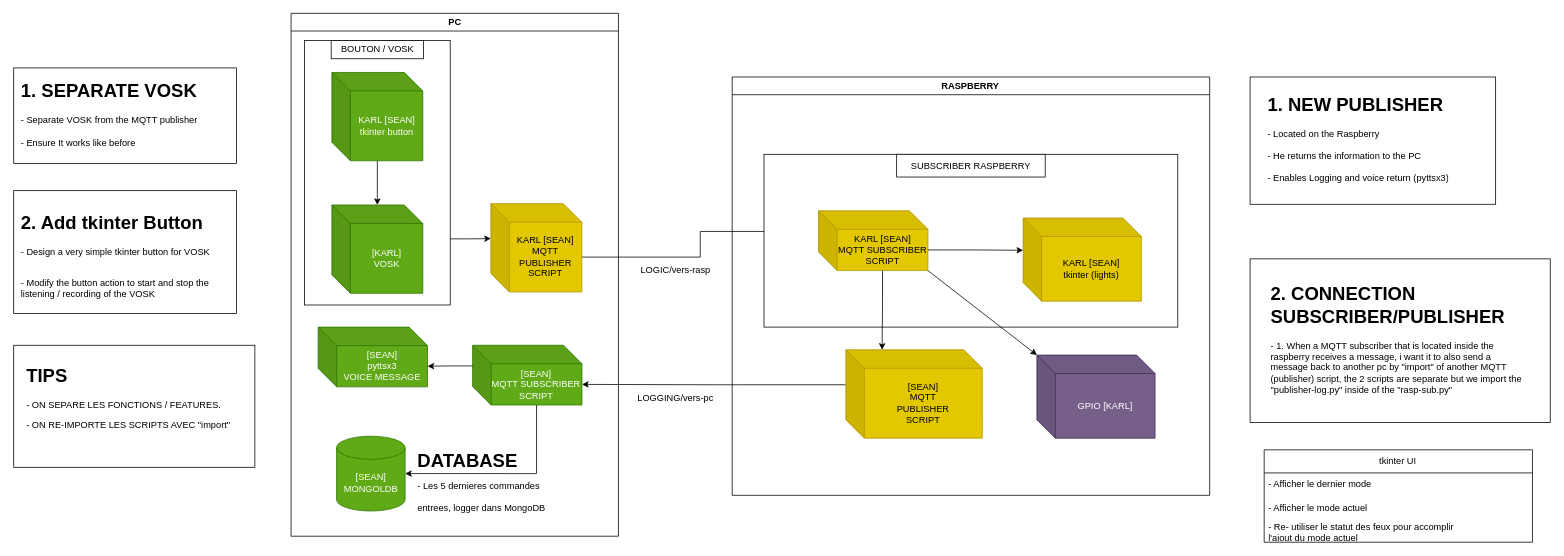
Earlier version of the draw.io diagram AI-IOT.drawio (202396724/PROJET-2_IOT). Source tidied: cells renumbered, new cells numbered last; positions are measured from the earlier drawing's top-left corner, leaving out a move shared by most shapes. Both pictures are drawn from the tidied source at 77%, with x=0, y=0 at pixel (13, 13).
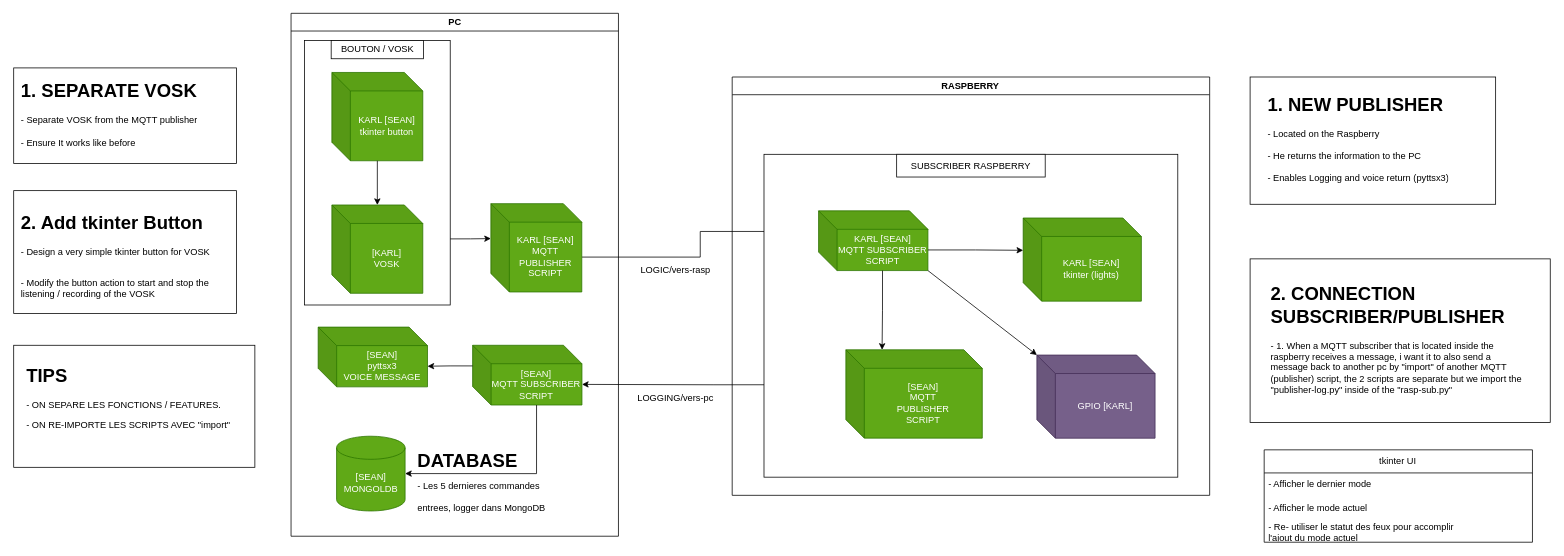
After the change.

Unchanged cells that the change refers to:
```xml
<mxCell id="17" style="group;" parent="1" vertex="1">
  <mxGeometry x="933.4" y="82.5" width="620.1" height="543.3" as="geometry" />
</mxCell>
<mxCell id="18" value="RASPBERRY" style="swimlane;whiteSpace=wrap;html=1;" parent="17" vertex="1">
  <mxGeometry width="620.1" height="543.3" as="geometry" />
</mxCell>
<mxCell id="28" style="group;" parent="1" vertex="1">
  <mxGeometry x="360.5" y="-0.2" width="425.2" height="679.1" as="geometry" />
</mxCell>
```

What changed in the source:
```diff
@@
+    <mxCell id="21" style="rounded=0;whiteSpace=wrap;html=1;" parent="17" vertex="1">
+      <mxGeometry x="41.3" y="100.4" width="537.4" height="419.3" as="geometry" />
+    </mxCell>
@@
-    <mxCell id="19" value="[SEAN]&lt;br&gt;MQTT&lt;div&gt;PUBLISHER&lt;br&gt;SCRIPT&lt;/div&gt;" style="shape=cube;whiteSpace=wrap;html=1;boundedLbl=1;backgroundOutline=1;darkOpacity=0.05;darkOpacity2=0.1;size=24;fillColor=#e3c800;fontColor=#000000;strokeColor=#B09500;" parent="18" vertex="1">
+    <mxCell id="19" value="[SEAN]&lt;br&gt;MQTT&lt;div&gt;PUBLISHER&lt;br&gt;SCRIPT&lt;/div&gt;" style="shape=cube;whiteSpace=wrap;html=1;boundedLbl=1;backgroundOutline=1;darkOpacity=0.05;darkOpacity2=0.1;size=24;fillColor=#60a917;fontColor=#ffffff;strokeColor=#2D7600;" parent="18" vertex="1">
       <mxGeometry x="147.6" y="354.3" width="177.2" height="114.7" as="geometry" />
     </mxCell>
@@
-    <mxCell id="21" style="rounded=0;whiteSpace=wrap;html=1;" parent="17" vertex="1">
-      <mxGeometry x="41.3" y="100.4" width="537.4" height="224.4" as="geometry" />
-    </mxCell>
-    <mxCell id="22" value="KARL [SEAN]&lt;br&gt;tkinter (lights)" style="shape=cube;whiteSpace=wrap;html=1;boundedLbl=1;backgroundOutline=1;darkOpacity=0.05;darkOpacity2=0.1;size=24;fillColor=#e3c800;fontColor=#000000;strokeColor=#B09500;" parent="17" vertex="1">
+    <mxCell id="22" value="KARL [SEAN]&lt;br&gt;tkinter (lights)" style="shape=cube;whiteSpace=wrap;html=1;boundedLbl=1;backgroundOutline=1;darkOpacity=0.05;darkOpacity2=0.1;size=24;fillColor=#60a917;fontColor=#ffffff;strokeColor=#2D7600;" parent="17" vertex="1">
       <mxGeometry x="377.9" y="183.1" width="153.5" height="108" as="geometry" />
     </mxCell>
-    <mxCell id="23" value="KARL [SEAN]&lt;br&gt;MQTT SUBSCRIBER&lt;br&gt;SCRIPT" style="shape=cube;whiteSpace=wrap;html=1;boundedLbl=1;backgroundOutline=1;darkOpacity=0.05;darkOpacity2=0.1;size=24;fillColor=#e3c800;fontColor=#000000;strokeColor=#B09500;" parent="17" vertex="1">
+    <mxCell id="23" value="KARL [SEAN]&lt;br&gt;MQTT SUBSCRIBER&lt;br&gt;SCRIPT" style="shape=cube;whiteSpace=wrap;html=1;boundedLbl=1;backgroundOutline=1;darkOpacity=0.05;darkOpacity2=0.1;size=24;fillColor=#60a917;fontColor=#ffffff;strokeColor=#2D7600;" parent="17" vertex="1">
       <mxGeometry x="112.2" y="173.8" width="142" height="77.6" as="geometry" />
     </mxCell>
@@
-    <mxCell id="30" value="KARL [SEAN]&lt;br&gt;MQTT&lt;div&gt;PUBLISHER&lt;br&gt;SCRIPT&lt;/div&gt;" style="shape=cube;whiteSpace=wrap;html=1;boundedLbl=1;backgroundOutline=1;darkOpacity=0.05;darkOpacity2=0.1;size=24;fillColor=#e3c800;fontColor=#000000;strokeColor=#B09500;" parent="28" vertex="1">
+    <mxCell id="30" value="KARL [SEAN]&lt;br&gt;MQTT&lt;div&gt;PUBLISHER&lt;br&gt;SCRIPT&lt;/div&gt;" style="shape=cube;whiteSpace=wrap;html=1;boundedLbl=1;backgroundOutline=1;darkOpacity=0.05;darkOpacity2=0.1;size=24;fillColor=#60a917;fontColor=#ffffff;strokeColor=#2D7600;" parent="28" vertex="1">
       <mxGeometry x="259.5" y="247.2" width="118.1" height="114.7" as="geometry" />
     </mxCell>
```
